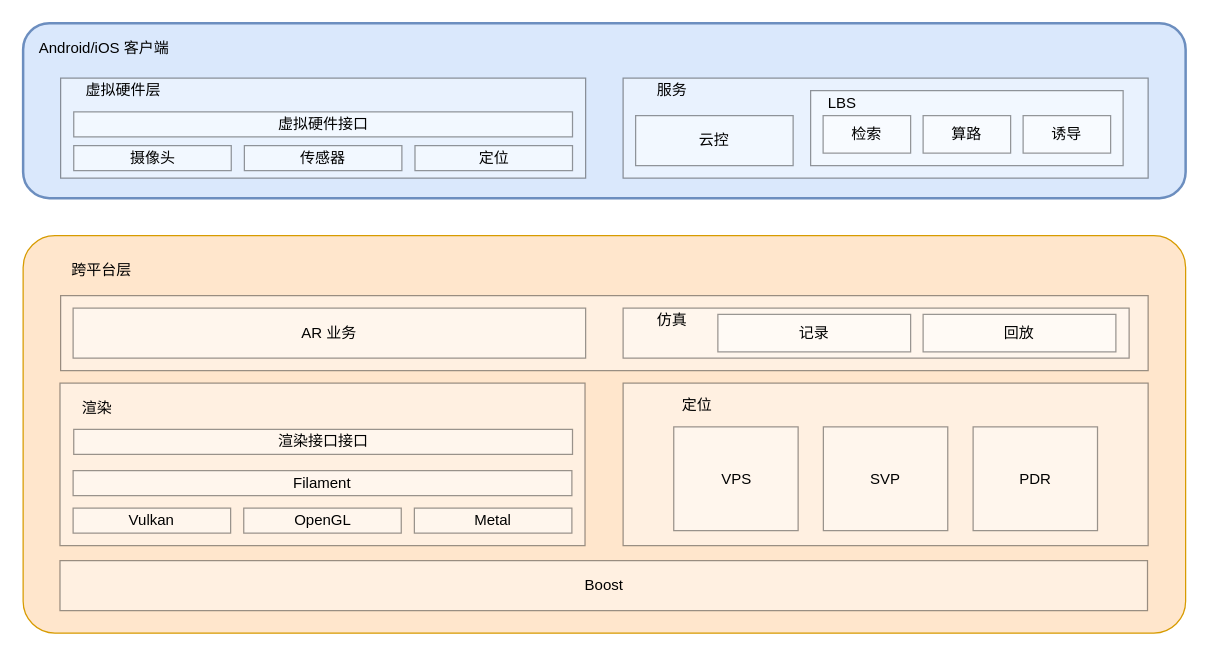
wangziji/graphics keeps this draw.io diagram as page "SDK 架构" (3 of 7) of AR 客户端架构.drawio. Above is the earlier version. Source tidied: cells renumbered, new cells numbered last; positions are measured from the earlier drawing's top-left corner, leaving out a move shared by most shapes. Both pictures are drawn from the tidied source at 125%, with x=0, y=0 at pixel (22, 22).
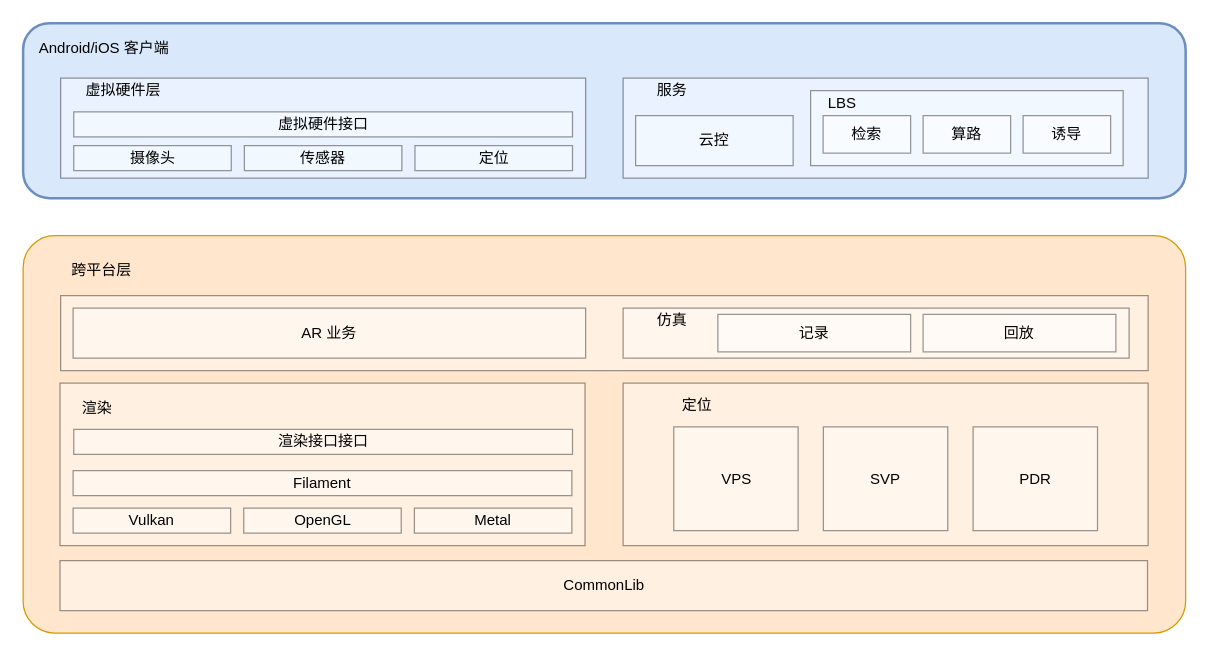
The same diagram, later.

The change refers to these unchanged cells:
```xml
<mxCell id="20" style="group;" parent="1" vertex="1">
  <mxGeometry y="170" width="930" height="318" as="geometry" />
</mxCell>
```

Change to the diagram source:
```diff
@@
-    <mxCell id="22" value="Boost" style="rounded=0;whiteSpace=wrap;html=1;strokeWidth=1;opacity=40;" parent="20" vertex="1">
+    <mxCell id="22" value="CommonLib" style="rounded=0;whiteSpace=wrap;html=1;strokeWidth=1;opacity=40;" parent="20" vertex="1">
       <mxGeometry x="29.5" y="260" width="870" height="40" as="geometry" />
     </mxCell>
```
